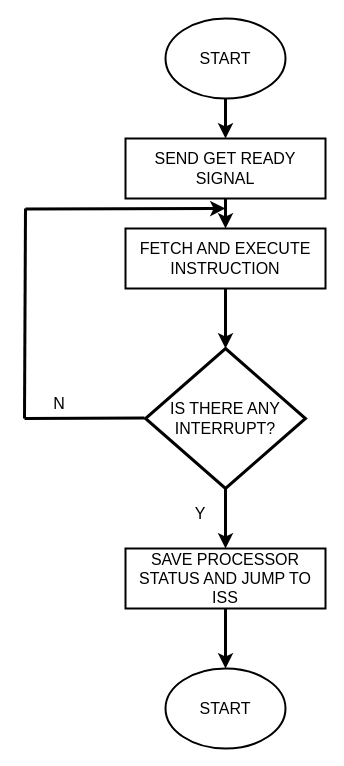
The draw.io diagram Interrupt driven.drawio in mzndnes/resume, before the edit. Source tidied: cells renumbered, new cells numbered last; positions are measured from the earlier drawing's top-left corner, leaving out a move shared by most shapes. Both pictures are drawn from the tidied source at 100%, with x=0, y=0 at pixel (24, 18).
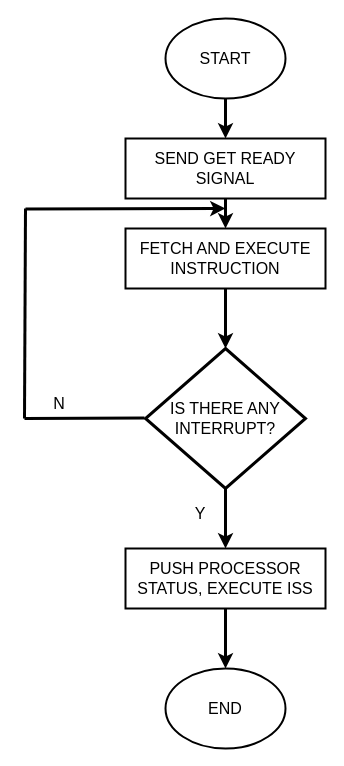
After the change.

The edit, as a diff of the source:
```diff
@@
-    <mxCell id="7" value="SAVE PROCESSOR STATUS AND JUMP TO ISS" style="rounded=0;whiteSpace=wrap;html=1;fontSize=16;strokeWidth=2;" parent="1" vertex="1">
+    <mxCell id="7" value="PUSH PROCESSOR STATUS, EXECUTE ISS" style="rounded=0;whiteSpace=wrap;html=1;fontSize=16;strokeWidth=2;" parent="1" vertex="1">
       <mxGeometry x="101" y="530" width="200" height="60" as="geometry" />
     </mxCell>
-    <mxCell id="8" value="START" style="ellipse;whiteSpace=wrap;html=1;strokeWidth=2;fontSize=16;" parent="1" vertex="1">
+    <mxCell id="8" value="END" style="ellipse;whiteSpace=wrap;html=1;strokeWidth=2;fontSize=16;" parent="1" vertex="1">
       <mxGeometry x="141" y="650" width="120" height="80" as="geometry" />
     </mxCell>
```
